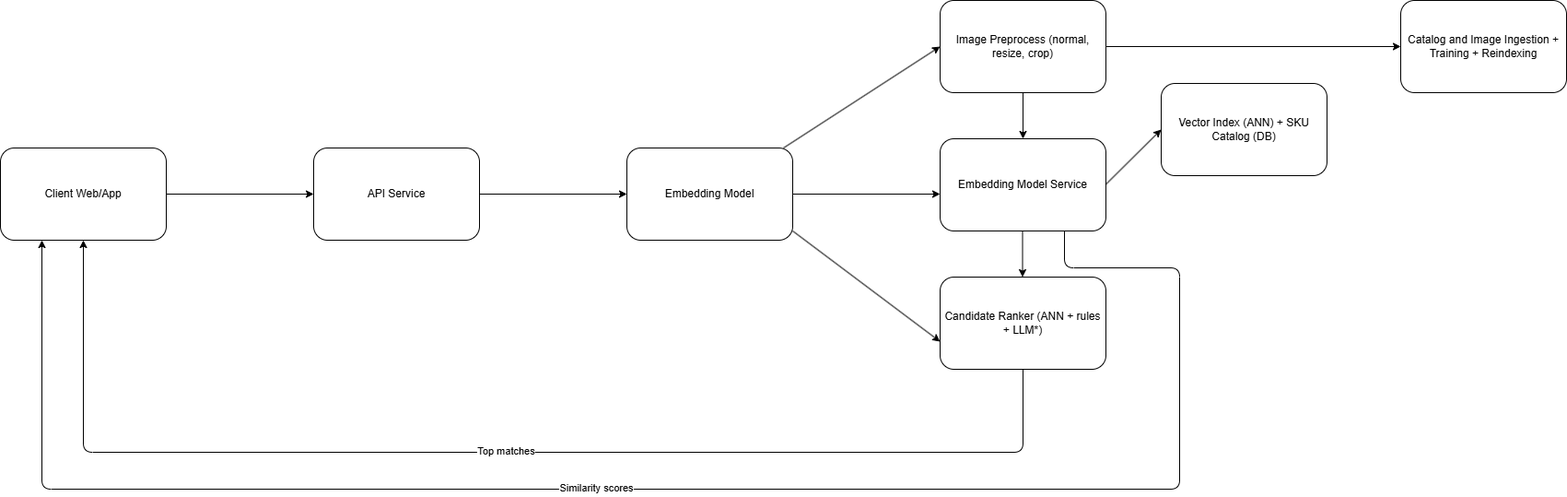
Earlier version of the draw.io export flow.drawio.png (jf-labs/Mat-Vis-Net). Source tidied: cells renumbered, new cells last; positions are measured from the earlier drawing's top-left corner, leaving out a move shared by most shapes.
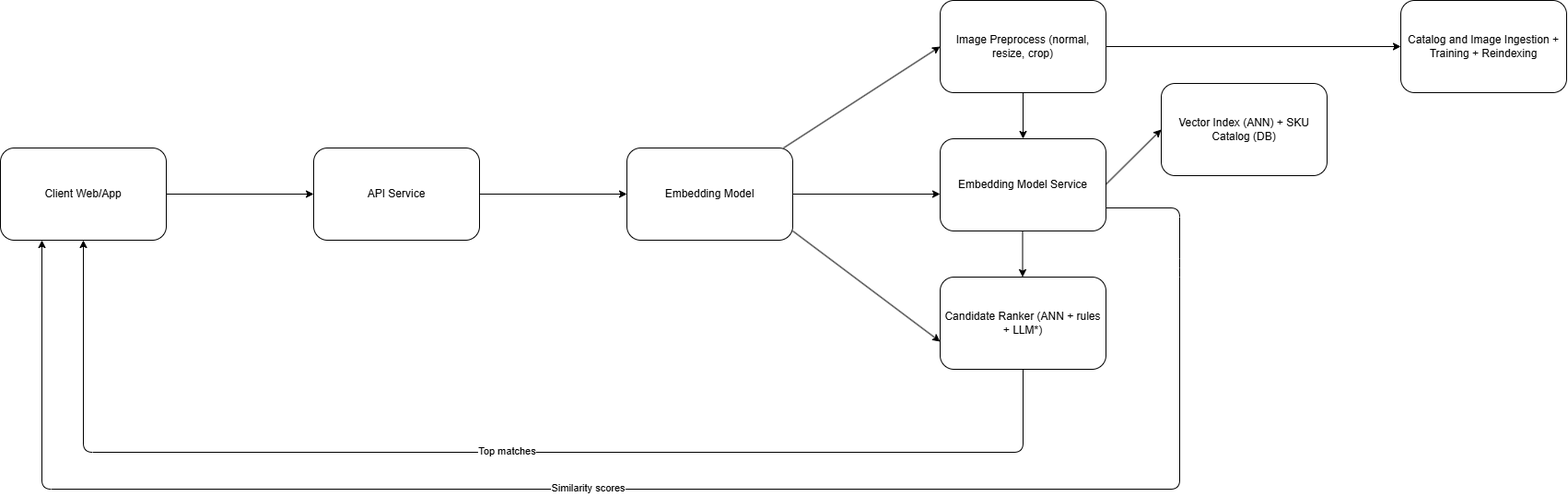
After the change.

The edit, as a diff of the source:
```diff
@@ -41,10 +41,10 @@
     <mxCell id="10" value="Image Preprocess (normal, resize, crop)" style="rounded=1;whiteSpace=wrap;html=1;" parent="1" vertex="1">
       <mxGeometry x="1020" width="180" height="100" as="geometry" />
     </mxCell>
-    <mxCell id="11" style="edgeStyle=none;html=1;exitX=0.75;exitY=1;exitDx=0;exitDy=0;entryX=0.25;entryY=1;entryDx=0;entryDy=0;" parent="1" edge="1" source="13" target="2">
+    <mxCell id="11" style="edgeStyle=none;html=1;exitX=1;exitY=0.75;exitDx=0;exitDy=0;entryX=0.25;entryY=1;entryDx=0;entryDy=0;" parent="1" edge="1" source="13" target="2">
       <mxGeometry relative="1" as="geometry">
         <Array as="points">
-          <mxPoint x="1155" y="290" />
+          <mxPoint x="1280" y="225" />
           <mxPoint x="1280" y="290" />
           <mxPoint x="1280" y="530" />
           <mxPoint x="45" y="530" />
```
